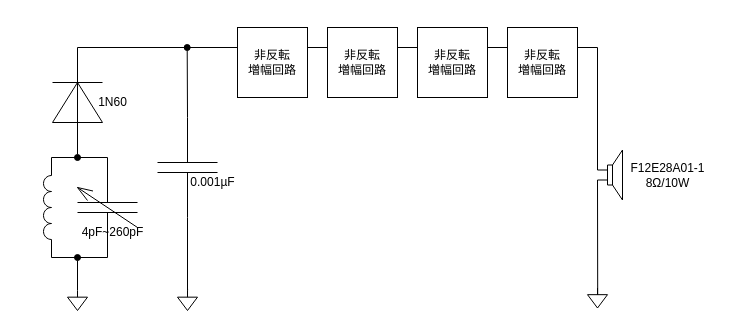
Before: page "all2" (4 of 4) of python/fig.drawio in m20079/AM-radio, a draw.io diagram. Source tidied: cells renumbered, new cells numbered last; positions are measured from the earlier drawing's top-left corner, leaving out a move shared by most shapes. Both pictures are drawn from the tidied source at 100%, with x=0, y=0 at pixel (-3, 27).
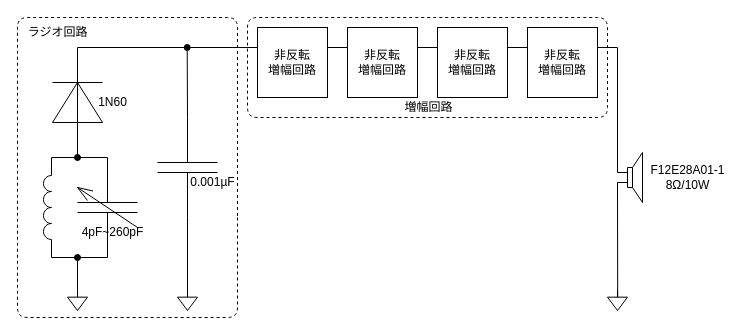
Above is the later version.

Diff of the diagram source:
```diff
@@
     <mxCell id="7" style="endArrow=none;html=1;rounded=0;endFill=0;startArrow=oval;startFill=1;" parent="1" edge="1">
       <mxGeometry relative="1" as="geometry">
         <mxPoint x="80" y="130" as="sourcePoint" />
-        <mxPoint x="600" y="20" as="targetPoint" />
+        <mxPoint x="620" y="20" as="targetPoint" />
         <Array as="points">
           <mxPoint x="80" y="20" />
         </Array>
       </mxGeometry>
     </mxCell>
@@
     <mxCell id="19" value="非反転&lt;br&gt;増幅回路" style="rounded=0;whiteSpace=wrap;html=1;" parent="1" vertex="1">
-      <mxGeometry x="240" width="70" height="70" as="geometry" />
+      <mxGeometry x="260" width="70" height="70" as="geometry" />
     </mxCell>
     <mxCell id="20" value="非反転&lt;br&gt;増幅回路" style="rounded=0;whiteSpace=wrap;html=1;" parent="1" vertex="1">
-      <mxGeometry x="330" width="70" height="70" as="geometry" />
+      <mxGeometry x="350" width="70" height="70" as="geometry" />
     </mxCell>
     <mxCell id="21" value="非反転&lt;br&gt;増幅回路" style="rounded=0;whiteSpace=wrap;html=1;" parent="1" vertex="1">
-      <mxGeometry x="420" width="70" height="70" as="geometry" />
+      <mxGeometry x="440" width="70" height="70" as="geometry" />
     </mxCell>
     <mxCell id="22" value="非反転&lt;br&gt;増幅回路" style="rounded=0;whiteSpace=wrap;html=1;" parent="1" vertex="1">
-      <mxGeometry x="510" width="70" height="70" as="geometry" />
+      <mxGeometry x="530" width="70" height="70" as="geometry" />
     </mxCell>
     <mxCell id="23" style="edgeStyle=none;rounded=0;html=1;startArrow=none;startFill=0;endArrow=none;endFill=0;entryX=0;entryY=0.4;entryDx=0;entryDy=0;entryPerimeter=0;" parent="1" edge="1" target="25">
       <mxGeometry relative="1" as="geometry">
-        <mxPoint x="600" y="20" as="sourcePoint" />
+        <mxPoint x="620" y="20" as="sourcePoint" />
       </mxGeometry>
     </mxCell>
     <mxCell id="24" style="edgeStyle=none;html=1;exitX=0;exitY=0.6;exitDx=0;exitDy=0;exitPerimeter=0;endArrow=none;endFill=0;" parent="1" edge="1" source="25">
       <mxGeometry relative="1" as="geometry">
-        <mxPoint x="600.2" y="267.5" as="targetPoint" />
+        <mxPoint x="620.2" y="270" as="targetPoint" />
       </mxGeometry>
     </mxCell>
     <mxCell id="25" style="verticalLabelPosition=bottom;shadow=0;dashed=0;align=center;html=1;verticalAlign=top;shape=mxgraph.electrical.electro-mechanical.loudspeaker;" parent="1" vertex="1">
-      <mxGeometry x="600" y="122.5" width="25" height="50" as="geometry" />
+      <mxGeometry x="620" y="125" width="25" height="50" as="geometry" />
     </mxCell>
     <mxCell id="26" style="verticalLabelPosition=bottom;shadow=0;dashed=0;align=center;html=1;verticalAlign=top;shape=mxgraph.electrical.signal_sources.signal_ground;" parent="1" vertex="1">
-      <mxGeometry x="590" y="260.5" width="20" height="20" as="geometry" />
+      <mxGeometry x="610" y="263" width="20" height="20" as="geometry" />
     </mxCell>
     <mxCell id="27" value="F12E28A01-1&lt;br&gt;8Ω/10W" style="text;html=1;align=center;verticalAlign=middle;strokeColor=none;fillColor=none;" parent="1" vertex="1">
-      <mxGeometry x="620" y="127.5" width="100" height="40" as="geometry" />
+      <mxGeometry x="640" y="130" width="100" height="40" as="geometry" />
     </mxCell>
+    <mxCell id="28" style="endArrow=none;dashed=1;html=1;" parent="1" edge="1">
+      <mxGeometry relative="1" as="geometry">
+        <mxPoint x="240" y="190" as="sourcePoint" />
+        <mxPoint x="240" y="190" as="targetPoint" />
+        <Array as="points">
+          <mxPoint x="240" y="290" />
+          <mxPoint x="150" y="290" />
+          <mxPoint x="20" y="290" />
+          <mxPoint x="20" y="100" />
+          <mxPoint x="20" y="-10" />
+          <mxPoint x="240" y="-10" />
+          <mxPoint x="240" y="120" />
+        </Array>
+      </mxGeometry>
+    </mxCell>
+    <mxCell id="29" value="ラジオ回路" style="text;html=1;align=center;verticalAlign=middle;strokeColor=none;fillColor=none;" parent="1" vertex="1">
+      <mxGeometry x="20" y="-10" width="80" height="30" as="geometry" />
+    </mxCell>
+    <mxCell id="30" style="endArrow=none;dashed=1;html=1;" parent="1" edge="1">
+      <mxGeometry relative="1" as="geometry">
+        <mxPoint x="530" y="90" as="sourcePoint" />
+        <mxPoint x="530" y="90" as="targetPoint" />
+        <Array as="points">
+          <mxPoint x="470" y="90" />
+          <mxPoint x="390" y="90" />
+          <mxPoint x="250" y="90" />
+          <mxPoint x="250" y="-10" />
+          <mxPoint x="610" y="-10" />
+          <mxPoint x="610" y="90" />
+        </Array>
+      </mxGeometry>
+    </mxCell>
+    <mxCell id="31" value="増幅回路" style="text;html=1;align=center;verticalAlign=middle;strokeColor=none;fillColor=none;" parent="1" vertex="1">
+      <mxGeometry x="396" y="65" width="70" height="30" as="geometry" />
+    </mxCell>
```
